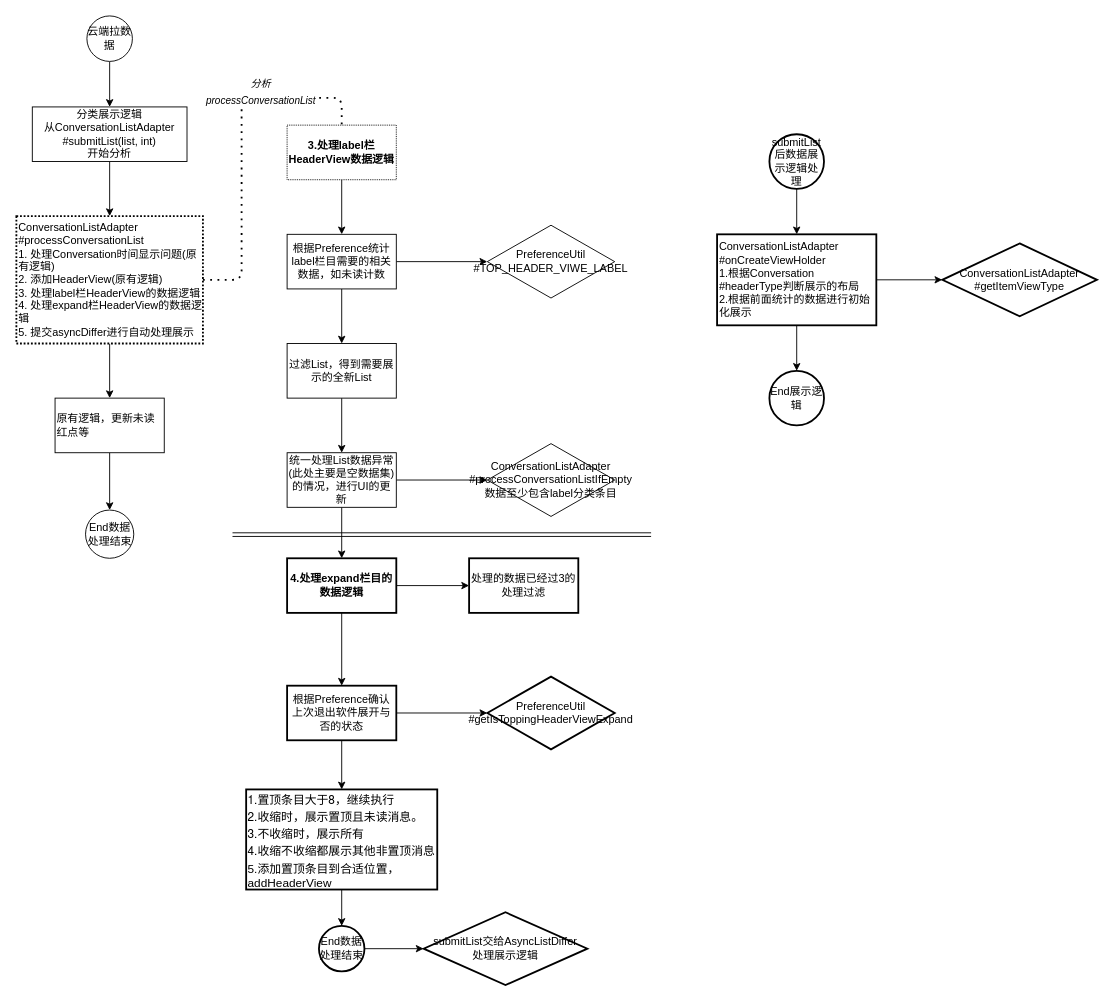
Above: 消息界面流程图.drawio in baizhu0414/Diagrams (draw.io), before the change. Source tidied: cells renumbered, new cells numbered last; positions are measured from the earlier drawing's top-left corner, leaving out a move shared by most shapes. Both pictures are drawn from the tidied source at 91%, with x=0, y=0 at pixel (15, 15).
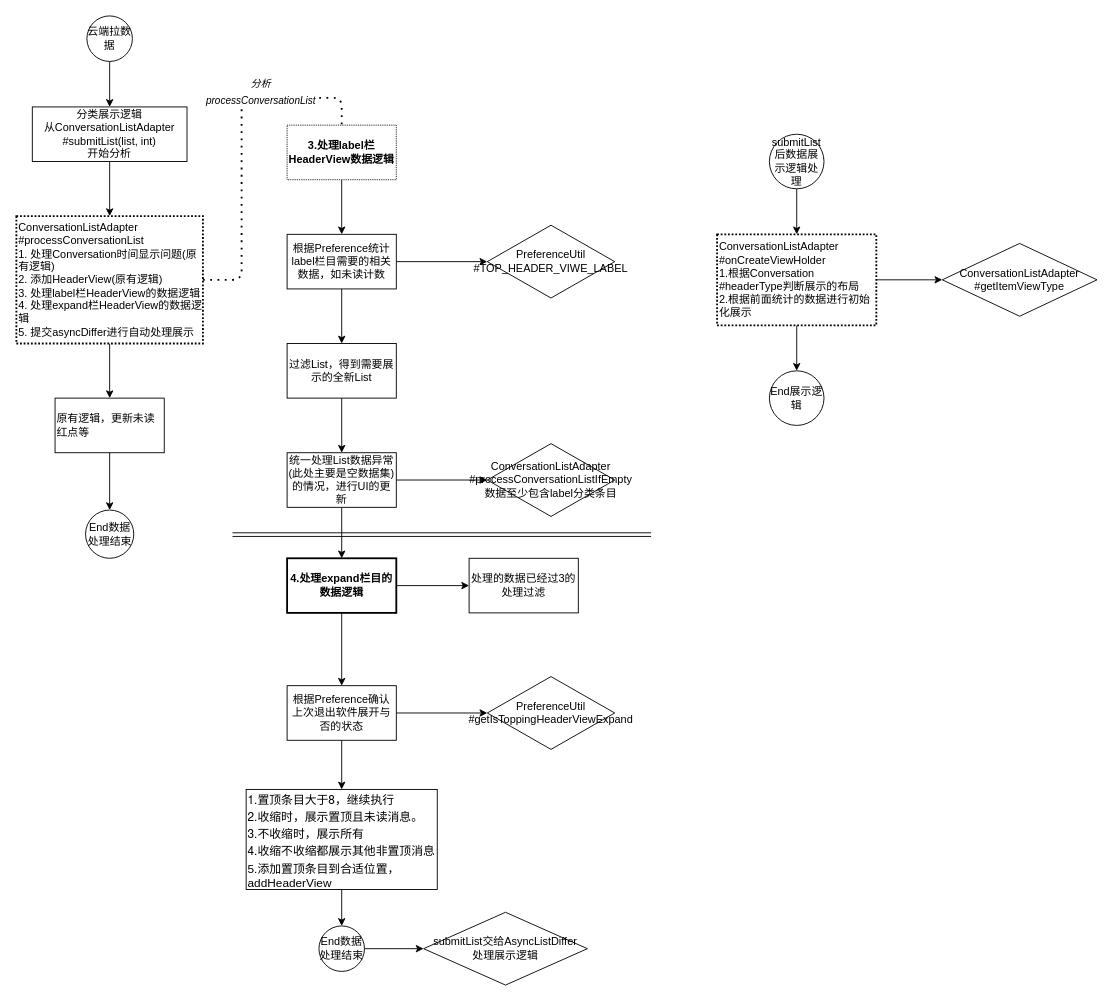
Above is the later version.

Commit message:
211020-取消部分粗线条

What changed in the source:
```diff
@@
-    <mxCell id="28" value="&lt;span&gt;根据Preference确认上次退出软件展开与否的状态&lt;/span&gt;" style="whiteSpace=wrap;html=1;fontStyle=0;strokeWidth=2;" parent="1" vertex="1">
+    <mxCell id="28" value="&lt;span&gt;根据Preference确认上次退出软件展开与否的状态&lt;/span&gt;" style="whiteSpace=wrap;html=1;fontStyle=0;strokeWidth=1;" parent="1" vertex="1">
       <mxGeometry x="298" y="736" width="120" height="60" as="geometry" />
     </mxCell>
-    <mxCell id="29" value="处理的数据已经过3的处理过滤" style="whiteSpace=wrap;html=1;fontStyle=0;strokeWidth=2;" parent="1" vertex="1">
+    <mxCell id="29" value="处理的数据已经过3的处理过滤" style="whiteSpace=wrap;html=1;fontStyle=0;strokeWidth=1;" parent="1" vertex="1">
       <mxGeometry x="498" y="596" width="120" height="60" as="geometry" />
     </mxCell>
-    <mxCell id="30" value="PreferenceUtil&lt;br&gt;#getIsToppingHeaderViewExpand" style="rhombus;whiteSpace=wrap;html=1;fontStyle=0;strokeWidth=2;" parent="1" vertex="1">
+    <mxCell id="30" value="PreferenceUtil&lt;br&gt;#getIsToppingHeaderViewExpand" style="rhombus;whiteSpace=wrap;html=1;fontStyle=0;strokeWidth=1;" parent="1" vertex="1">
       <mxGeometry x="518" y="726" width="140" height="80" as="geometry" />
     </mxCell>
@@
-    <mxCell id="32" value="&lt;p class=&quot;p1&quot; style=&quot;margin: 0px ; font-stretch: normal ; font-size: 13px ; line-height: normal ; font-family: &amp;#34;helvetica neue&amp;#34;&quot;&gt;1.置顶条目大于8，继续执行&lt;/p&gt;&lt;p class=&quot;p1&quot; style=&quot;margin: 0px ; font-stretch: normal ; font-size: 13px ; line-height: normal ; font-family: &amp;#34;helvetica neue&amp;#34;&quot;&gt;2.收缩时，展示置顶且未读消息。&lt;/p&gt;&lt;p class=&quot;p1&quot; style=&quot;margin: 0px ; font-stretch: normal ; font-size: 13px ; line-height: normal ; font-family: &amp;#34;helvetica neue&amp;#34;&quot;&gt;3.不收缩时，展示所有&lt;/p&gt;&lt;p class=&quot;p2&quot; style=&quot;margin: 0px ; font-stretch: normal ; font-size: 13px ; line-height: normal ; font-family: &amp;#34;pingfang sc&amp;#34;&quot;&gt;&lt;span class=&quot;s1&quot; style=&quot;font-stretch: normal ; line-height: normal ; font-family: &amp;#34;helvetica neue&amp;#34;&quot;&gt;4.&lt;/span&gt;收缩不收缩都展示其他非置顶消息&lt;/p&gt;&lt;p class=&quot;p2&quot; style=&quot;margin: 0px ; font-stretch: normal ; font-size: 13px ; line-height: normal ; font-family: &amp;#34;pingfang sc&amp;#34;&quot;&gt;5.添加置顶条目到合适位置，addHeaderView&lt;/p&gt;" style="whiteSpace=wrap;html=1;fontStyle=0;strokeWidth=2;align=left;" parent="1" vertex="1">
+    <mxCell id="32" value="&lt;p class=&quot;p1&quot; style=&quot;margin: 0px ; font-stretch: normal ; font-size: 13px ; line-height: normal ; font-family: &amp;#34;helvetica neue&amp;#34;&quot;&gt;1.置顶条目大于8，继续执行&lt;/p&gt;&lt;p class=&quot;p1&quot; style=&quot;margin: 0px ; font-stretch: normal ; font-size: 13px ; line-height: normal ; font-family: &amp;#34;helvetica neue&amp;#34;&quot;&gt;2.收缩时，展示置顶且未读消息。&lt;/p&gt;&lt;p class=&quot;p1&quot; style=&quot;margin: 0px ; font-stretch: normal ; font-size: 13px ; line-height: normal ; font-family: &amp;#34;helvetica neue&amp;#34;&quot;&gt;3.不收缩时，展示所有&lt;/p&gt;&lt;p class=&quot;p2&quot; style=&quot;margin: 0px ; font-stretch: normal ; font-size: 13px ; line-height: normal ; font-family: &amp;#34;pingfang sc&amp;#34;&quot;&gt;&lt;span class=&quot;s1&quot; style=&quot;font-stretch: normal ; line-height: normal ; font-family: &amp;#34;helvetica neue&amp;#34;&quot;&gt;4.&lt;/span&gt;收缩不收缩都展示其他非置顶消息&lt;/p&gt;&lt;p class=&quot;p2&quot; style=&quot;margin: 0px ; font-stretch: normal ; font-size: 13px ; line-height: normal ; font-family: &amp;#34;pingfang sc&amp;#34;&quot;&gt;5.添加置顶条目到合适位置，addHeaderView&lt;/p&gt;" style="whiteSpace=wrap;html=1;fontStyle=0;strokeWidth=1;align=left;" parent="1" vertex="1">
       <mxGeometry x="253" y="850" width="210" height="110" as="geometry" />
     </mxCell>
@@
-    <mxCell id="35" value="End数据处理结束" style="ellipse;whiteSpace=wrap;html=1;strokeWidth=2;align=center;" parent="1" vertex="1">
+    <mxCell id="35" value="End数据处理结束" style="ellipse;whiteSpace=wrap;html=1;strokeWidth=1;align=center;" parent="1" vertex="1">
       <mxGeometry x="333" y="1000" width="50" height="50" as="geometry" />
     </mxCell>
@@
-    <mxCell id="38" value="&lt;span style=&quot;text-align: center&quot;&gt;ConversationListAdapter&lt;/span&gt;&lt;br style=&quot;text-align: center&quot;&gt;&lt;span style=&quot;text-align: center&quot;&gt;#onCreateViewHolder&lt;/span&gt;&lt;br&gt;1.根据Conversation&lt;br&gt;#headerType判断展示的布局&lt;br&gt;2.根据前面统计的数据进行初始化展示" style="rounded=0;whiteSpace=wrap;html=1;strokeWidth=2;align=left;" parent="1" vertex="1">
+    <mxCell id="38" value="&lt;span style=&quot;text-align: center&quot;&gt;ConversationListAdapter&lt;/span&gt;&lt;br style=&quot;text-align: center&quot;&gt;&lt;span style=&quot;text-align: center&quot;&gt;#onCreateViewHolder&lt;/span&gt;&lt;br&gt;1.根据Conversation&lt;br&gt;#headerType判断展示的布局&lt;br&gt;2.根据前面统计的数据进行初始化展示" style="rounded=0;whiteSpace=wrap;html=1;strokeWidth=2;align=left;dashed=1;dashPattern=1 1;" parent="1" vertex="1">
       <mxGeometry x="770.5" y="240" width="175" height="100" as="geometry" />
     </mxCell>
-    <mxCell id="39" value="submitList交给AsyncListDiffer&lt;br&gt;处理展示逻辑" style="rhombus;whiteSpace=wrap;html=1;strokeWidth=2;" parent="1" vertex="1">
+    <mxCell id="39" value="submitList交给AsyncListDiffer&lt;br&gt;处理展示逻辑" style="rhombus;whiteSpace=wrap;html=1;strokeWidth=1;" parent="1" vertex="1">
       <mxGeometry x="448" y="985" width="180" height="80" as="geometry" />
     </mxCell>
@@
-    <mxCell id="43" value="submitList后数据展示逻辑处理" style="ellipse;whiteSpace=wrap;html=1;fontSize=12;strokeWidth=2;align=center;verticalAlign=middle;" parent="1" vertex="1">
+    <mxCell id="43" value="submitList后数据展示逻辑处理" style="ellipse;whiteSpace=wrap;html=1;fontSize=12;strokeWidth=1;align=center;verticalAlign=middle;" parent="1" vertex="1">
       <mxGeometry x="828" y="130" width="60" height="60" as="geometry" />
     </mxCell>
-    <mxCell id="44" value="ConversationListAdapter&lt;br&gt;#getItemViewType" style="rhombus;whiteSpace=wrap;html=1;rounded=0;strokeWidth=2;" parent="1" vertex="1">
+    <mxCell id="44" value="ConversationListAdapter&lt;br&gt;#getItemViewType" style="rhombus;whiteSpace=wrap;html=1;rounded=0;strokeWidth=1;" parent="1" vertex="1">
       <mxGeometry x="1018" y="250" width="170" height="80" as="geometry" />
     </mxCell>
-    <mxCell id="45" value="End展示逻辑" style="ellipse;whiteSpace=wrap;html=1;fontSize=12;strokeWidth=2;align=center;verticalAlign=middle;" parent="1" vertex="1">
+    <mxCell id="45" value="End展示逻辑" style="ellipse;whiteSpace=wrap;html=1;fontSize=12;strokeWidth=1;align=center;verticalAlign=middle;" parent="1" vertex="1">
       <mxGeometry x="828" y="390" width="60" height="60" as="geometry" />
     </mxCell>
```
